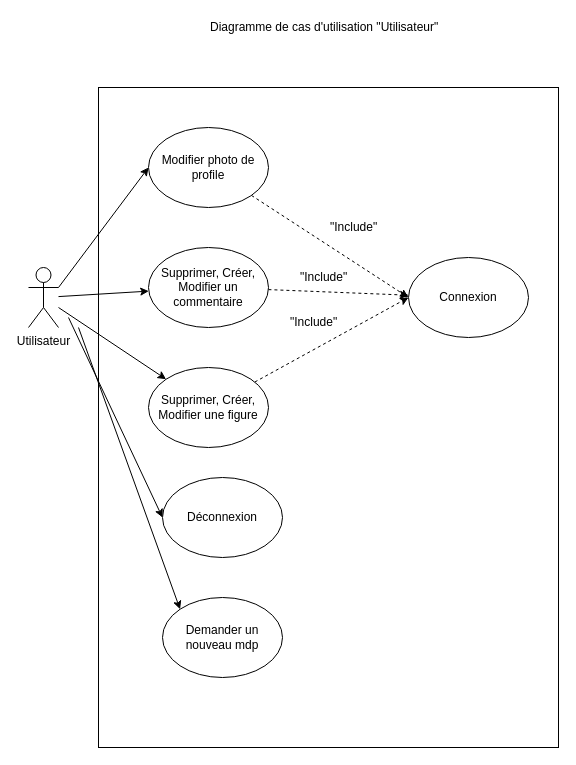
This is UMLs/Utilisation/DiagrammedeCasdUtilisationUtilisateur.drawio from erreur4045/symfony, a draw.io file, before an edit. Source tidied: cells renumbered, new cells numbered last; positions are measured from the earlier drawing's top-left corner, leaving out a move shared by most shapes. Both pictures are drawn from the tidied source at 100%, with x=0, y=0 at pixel (28, 17).
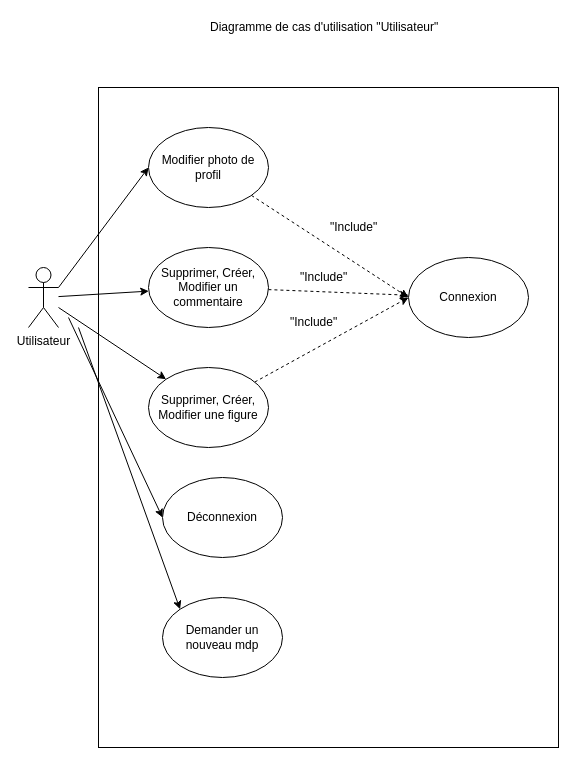
After the change.

What changed in the source:
```diff
@@
-    <mxCell id="8" value="Modifier photo de profile" style="ellipse;whiteSpace=wrap;html=1;" parent="1" vertex="1">
+    <mxCell id="8" value="Modifier photo de profil" style="ellipse;whiteSpace=wrap;html=1;" parent="1" vertex="1">
       <mxGeometry x="120" y="110" width="120" height="80" as="geometry" />
     </mxCell>
```
